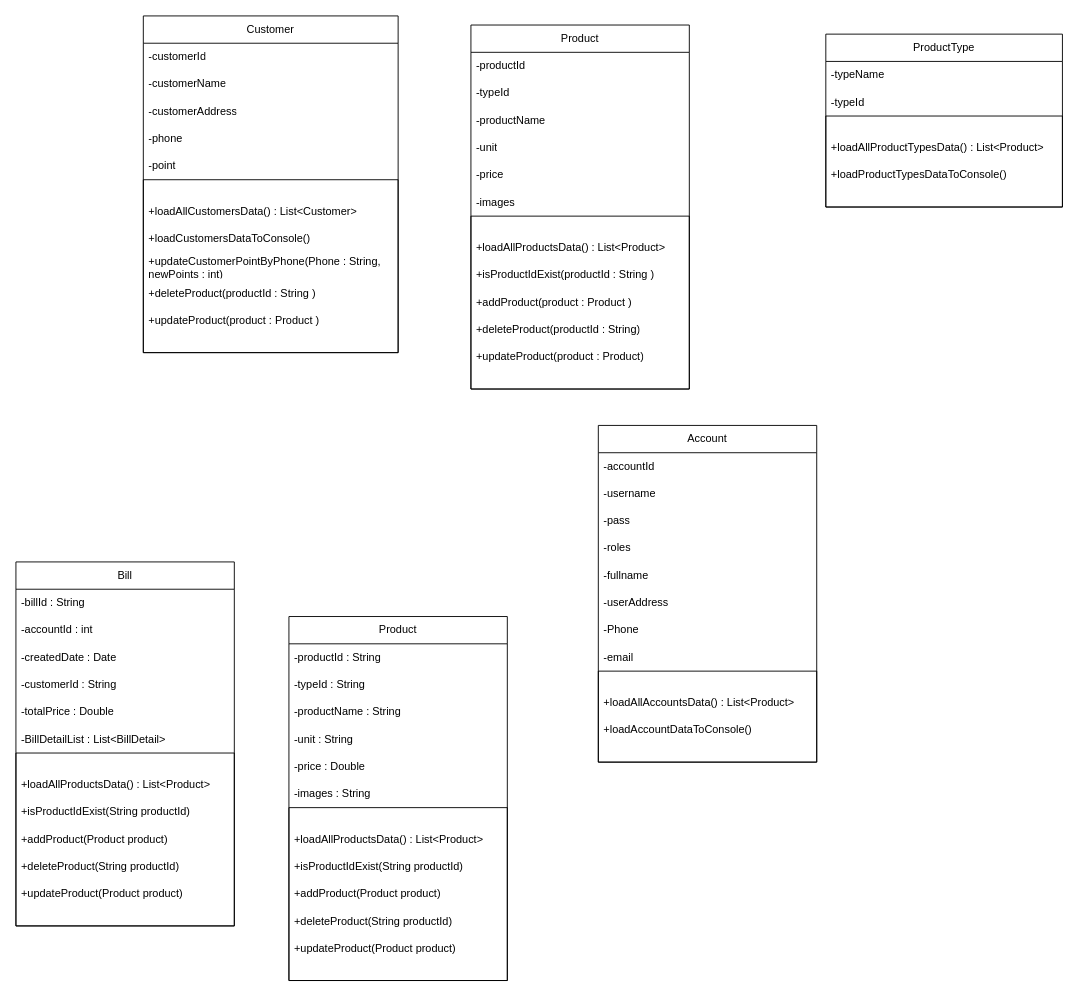
Earlier version of the draw.io diagram xử lí luồng.drawio (cuongtran-0900/GS1). Source tidied: cells renumbered, new cells numbered last; positions are measured from the earlier drawing's top-left corner, leaving out a move shared by most shapes. Both pictures are drawn from the tidied source at 91%, with x=0, y=0 at pixel (15, 15).
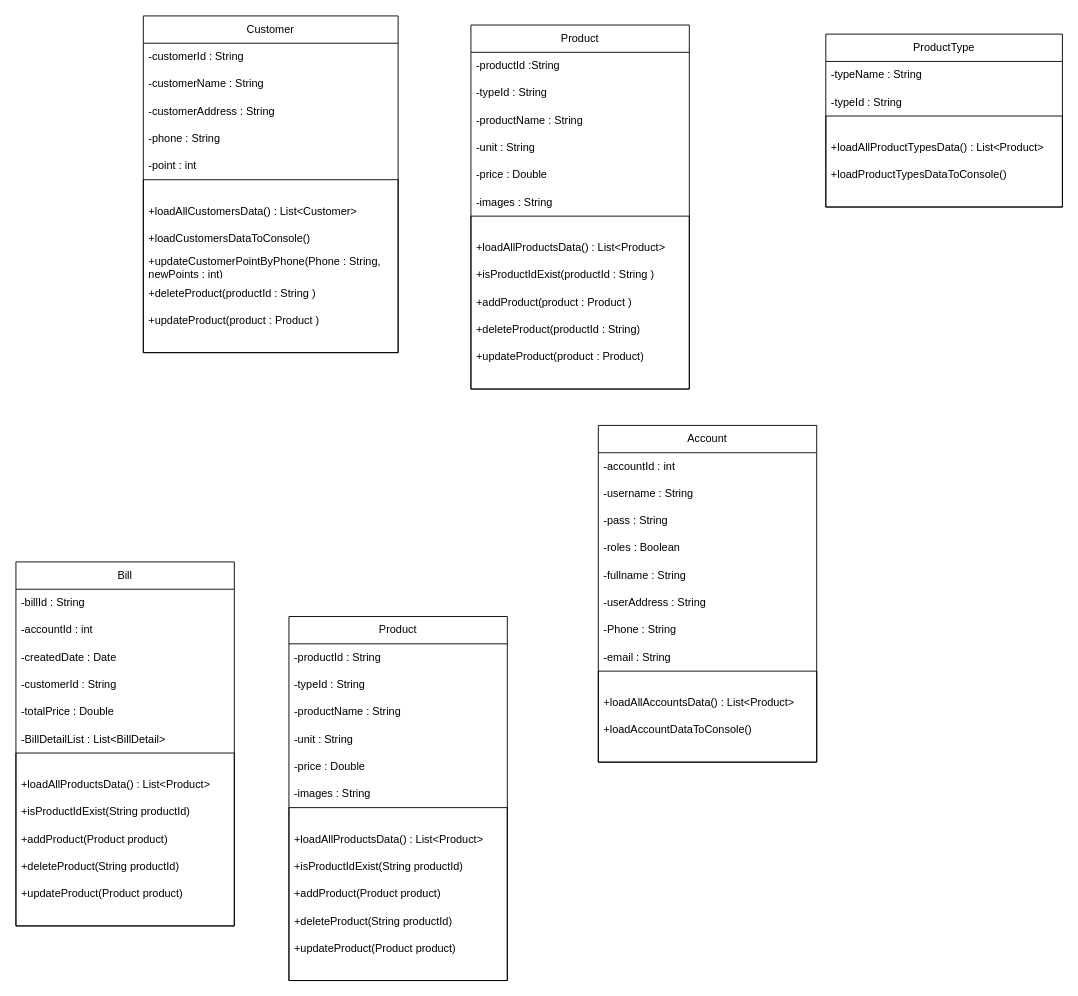
After the change.

The change refers to these unchanged cells:
```xml
<mxCell id="2" value="ProductType" style="swimlane;fontStyle=0;horizontal=1;startSize=30;whiteSpace=wrap;html=1;strokeColor=default;align=center;verticalAlign=middle;fontFamily=Helvetica;fontSize=12;fontColor=default;fillColor=default;" parent="1" vertex="1">
  <mxGeometry x="890" y="20" width="260" height="190" as="geometry" />
</mxCell>
<mxCell id="8" value="Account" style="swimlane;fontStyle=0;horizontal=1;startSize=30;whiteSpace=wrap;html=1;strokeColor=default;align=center;verticalAlign=middle;fontFamily=Helvetica;fontSize=12;fontColor=default;fillColor=default;" parent="1" vertex="1">
  <mxGeometry x="640" y="450" width="240" height="370" as="geometry" />
</mxCell>
<mxCell id="20" value="Customer" style="swimlane;fontStyle=0;horizontal=1;startSize=30;whiteSpace=wrap;html=1;strokeColor=default;align=center;verticalAlign=middle;fontFamily=Helvetica;fontSize=12;fontColor=default;fillColor=default;" parent="1" vertex="1">
  <mxGeometry x="140" width="280" height="370" as="geometry" />
</mxCell>
<mxCell id="32" value="Product" style="swimlane;fontStyle=0;horizontal=1;startSize=30;whiteSpace=wrap;html=1;strokeColor=default;align=center;verticalAlign=middle;fontFamily=Helvetica;fontSize=12;fontColor=default;fillColor=default;" parent="1" vertex="1">
  <mxGeometry x="500" y="10" width="240" height="400" as="geometry" />
</mxCell>
```

The edit, as a diff of the source:
```diff
@@
-    <mxCell id="3" value="-typeName" style="text;strokeColor=none;fillColor=none;align=left;verticalAlign=middle;spacingLeft=4;spacingRight=4;overflow=hidden;whiteSpace=wrap;html=1;fontFamily=Helvetica;fontSize=12;fontColor=default;fontStyle=0;" parent="2" vertex="1">
+    <mxCell id="3" value="-typeName : String" style="text;strokeColor=none;fillColor=none;align=left;verticalAlign=middle;spacingLeft=4;spacingRight=4;overflow=hidden;whiteSpace=wrap;html=1;fontFamily=Helvetica;fontSize=12;fontColor=default;fontStyle=0;" parent="2" vertex="1">
       <mxGeometry y="30" width="260" height="30" as="geometry" />
     </mxCell>
-    <mxCell id="4" value="-typeId" style="text;strokeColor=none;fillColor=none;align=left;verticalAlign=middle;spacingLeft=4;spacingRight=4;overflow=hidden;whiteSpace=wrap;html=1;fontFamily=Helvetica;fontSize=12;fontColor=default;fontStyle=0;" parent="2" vertex="1">
+    <mxCell id="4" value="-typeId :&amp;nbsp;String" style="text;strokeColor=none;fillColor=none;align=left;verticalAlign=middle;spacingLeft=4;spacingRight=4;overflow=hidden;whiteSpace=wrap;html=1;fontFamily=Helvetica;fontSize=12;fontColor=default;fontStyle=0;" parent="2" vertex="1">
       <mxGeometry y="60" width="260" height="30" as="geometry" />
     </mxCell>
@@
-    <mxCell id="9" value="-accountId" style="text;strokeColor=none;fillColor=none;align=left;verticalAlign=middle;spacingLeft=4;spacingRight=4;overflow=hidden;whiteSpace=wrap;html=1;fontFamily=Helvetica;fontSize=12;fontColor=default;fontStyle=0;" parent="8" vertex="1">
+    <mxCell id="9" value="-accountId : int" style="text;strokeColor=none;fillColor=none;align=left;verticalAlign=middle;spacingLeft=4;spacingRight=4;overflow=hidden;whiteSpace=wrap;html=1;fontFamily=Helvetica;fontSize=12;fontColor=default;fontStyle=0;" parent="8" vertex="1">
       <mxGeometry y="30" width="240" height="30" as="geometry" />
     </mxCell>
-    <mxCell id="10" value="-username" style="text;strokeColor=none;fillColor=none;align=left;verticalAlign=middle;spacingLeft=4;spacingRight=4;overflow=hidden;whiteSpace=wrap;html=1;fontFamily=Helvetica;fontSize=12;fontColor=default;fontStyle=0;" parent="8" vertex="1">
+    <mxCell id="10" value="-username :&amp;nbsp;String" style="text;strokeColor=none;fillColor=none;align=left;verticalAlign=middle;spacingLeft=4;spacingRight=4;overflow=hidden;whiteSpace=wrap;html=1;fontFamily=Helvetica;fontSize=12;fontColor=default;fontStyle=0;" parent="8" vertex="1">
       <mxGeometry y="60" width="240" height="30" as="geometry" />
     </mxCell>
-    <mxCell id="11" value="-pass" style="text;strokeColor=none;fillColor=none;align=left;verticalAlign=middle;spacingLeft=4;spacingRight=4;overflow=hidden;whiteSpace=wrap;html=1;fontFamily=Helvetica;fontSize=12;fontColor=default;fontStyle=0;" parent="8" vertex="1">
+    <mxCell id="11" value="-pass :&amp;nbsp;String" style="text;strokeColor=none;fillColor=none;align=left;verticalAlign=middle;spacingLeft=4;spacingRight=4;overflow=hidden;whiteSpace=wrap;html=1;fontFamily=Helvetica;fontSize=12;fontColor=default;fontStyle=0;" parent="8" vertex="1">
       <mxGeometry y="90" width="240" height="30" as="geometry" />
     </mxCell>
-    <mxCell id="12" value="-roles" style="text;strokeColor=none;fillColor=none;align=left;verticalAlign=middle;spacingLeft=4;spacingRight=4;overflow=hidden;whiteSpace=wrap;html=1;fontFamily=Helvetica;fontSize=12;fontColor=default;fontStyle=0;" parent="8" vertex="1">
+    <mxCell id="12" value="-roles : Boolean" style="text;strokeColor=none;fillColor=none;align=left;verticalAlign=middle;spacingLeft=4;spacingRight=4;overflow=hidden;whiteSpace=wrap;html=1;fontFamily=Helvetica;fontSize=12;fontColor=default;fontStyle=0;" parent="8" vertex="1">
       <mxGeometry y="120" width="240" height="30" as="geometry" />
     </mxCell>
-    <mxCell id="13" value="-fullname" style="text;strokeColor=none;fillColor=none;align=left;verticalAlign=middle;spacingLeft=4;spacingRight=4;overflow=hidden;whiteSpace=wrap;html=1;fontFamily=Helvetica;fontSize=12;fontColor=default;fontStyle=0;" parent="8" vertex="1">
+    <mxCell id="13" value="-fullname :&amp;nbsp;String" style="text;strokeColor=none;fillColor=none;align=left;verticalAlign=middle;spacingLeft=4;spacingRight=4;overflow=hidden;whiteSpace=wrap;html=1;fontFamily=Helvetica;fontSize=12;fontColor=default;fontStyle=0;" parent="8" vertex="1">
       <mxGeometry y="150" width="240" height="30" as="geometry" />
     </mxCell>
-    <mxCell id="14" value="-userAddress" style="text;strokeColor=none;fillColor=none;align=left;verticalAlign=middle;spacingLeft=4;spacingRight=4;overflow=hidden;whiteSpace=wrap;html=1;fontFamily=Helvetica;fontSize=12;fontColor=default;fontStyle=0;" parent="8" vertex="1">
+    <mxCell id="14" value="-userAddress : String" style="text;strokeColor=none;fillColor=none;align=left;verticalAlign=middle;spacingLeft=4;spacingRight=4;overflow=hidden;whiteSpace=wrap;html=1;fontFamily=Helvetica;fontSize=12;fontColor=default;fontStyle=0;" parent="8" vertex="1">
       <mxGeometry y="180" width="240" height="30" as="geometry" />
     </mxCell>
-    <mxCell id="15" value="-Phone" style="text;strokeColor=none;fillColor=none;align=left;verticalAlign=middle;spacingLeft=4;spacingRight=4;overflow=hidden;whiteSpace=wrap;html=1;fontFamily=Helvetica;fontSize=12;fontColor=default;fontStyle=0;" parent="8" vertex="1">
+    <mxCell id="15" value="-Phone :&amp;nbsp;String" style="text;strokeColor=none;fillColor=none;align=left;verticalAlign=middle;spacingLeft=4;spacingRight=4;overflow=hidden;whiteSpace=wrap;html=1;fontFamily=Helvetica;fontSize=12;fontColor=default;fontStyle=0;" parent="8" vertex="1">
       <mxGeometry y="210" width="240" height="30" as="geometry" />
     </mxCell>
-    <mxCell id="16" value="-email" style="text;strokeColor=none;fillColor=none;align=left;verticalAlign=middle;spacingLeft=4;spacingRight=4;overflow=hidden;whiteSpace=wrap;html=1;fontFamily=Helvetica;fontSize=12;fontColor=default;fontStyle=0;" parent="8" vertex="1">
+    <mxCell id="16" value="-email :&amp;nbsp;String" style="text;strokeColor=none;fillColor=none;align=left;verticalAlign=middle;spacingLeft=4;spacingRight=4;overflow=hidden;whiteSpace=wrap;html=1;fontFamily=Helvetica;fontSize=12;fontColor=default;fontStyle=0;" parent="8" vertex="1">
       <mxGeometry y="240" width="240" height="30" as="geometry" />
     </mxCell>
@@
-    <mxCell id="21" value="-customerId" style="text;strokeColor=none;fillColor=none;align=left;verticalAlign=middle;spacingLeft=4;spacingRight=4;overflow=hidden;whiteSpace=wrap;html=1;fontFamily=Helvetica;fontSize=12;fontColor=default;fontStyle=0;" parent="20" vertex="1">
+    <mxCell id="21" value="-customerId :&amp;nbsp;String" style="text;strokeColor=none;fillColor=none;align=left;verticalAlign=middle;spacingLeft=4;spacingRight=4;overflow=hidden;whiteSpace=wrap;html=1;fontFamily=Helvetica;fontSize=12;fontColor=default;fontStyle=0;" parent="20" vertex="1">
       <mxGeometry y="30" width="280" height="30" as="geometry" />
     </mxCell>
-    <mxCell id="22" value="-customerName" style="text;strokeColor=none;fillColor=none;align=left;verticalAlign=middle;spacingLeft=4;spacingRight=4;overflow=hidden;whiteSpace=wrap;html=1;fontFamily=Helvetica;fontSize=12;fontColor=default;fontStyle=0;" parent="20" vertex="1">
+    <mxCell id="22" value="-customerName :&amp;nbsp;String" style="text;strokeColor=none;fillColor=none;align=left;verticalAlign=middle;spacingLeft=4;spacingRight=4;overflow=hidden;whiteSpace=wrap;html=1;fontFamily=Helvetica;fontSize=12;fontColor=default;fontStyle=0;" parent="20" vertex="1">
       <mxGeometry y="60" width="280" height="30" as="geometry" />
     </mxCell>
-    <mxCell id="23" value="-customerAddress" style="text;strokeColor=none;fillColor=none;align=left;verticalAlign=middle;spacingLeft=4;spacingRight=4;overflow=hidden;whiteSpace=wrap;html=1;fontFamily=Helvetica;fontSize=12;fontColor=default;fontStyle=0;" parent="20" vertex="1">
+    <mxCell id="23" value="-customerAddress :&amp;nbsp;String" style="text;strokeColor=none;fillColor=none;align=left;verticalAlign=middle;spacingLeft=4;spacingRight=4;overflow=hidden;whiteSpace=wrap;html=1;fontFamily=Helvetica;fontSize=12;fontColor=default;fontStyle=0;" parent="20" vertex="1">
       <mxGeometry y="90" width="280" height="30" as="geometry" />
     </mxCell>
-    <mxCell id="24" value="-phone" style="text;strokeColor=none;fillColor=none;align=left;verticalAlign=middle;spacingLeft=4;spacingRight=4;overflow=hidden;whiteSpace=wrap;html=1;fontFamily=Helvetica;fontSize=12;fontColor=default;fontStyle=0;" parent="20" vertex="1">
+    <mxCell id="24" value="-phone :&amp;nbsp;String" style="text;strokeColor=none;fillColor=none;align=left;verticalAlign=middle;spacingLeft=4;spacingRight=4;overflow=hidden;whiteSpace=wrap;html=1;fontFamily=Helvetica;fontSize=12;fontColor=default;fontStyle=0;" parent="20" vertex="1">
       <mxGeometry y="120" width="280" height="30" as="geometry" />
     </mxCell>
-    <mxCell id="25" value="-point" style="text;strokeColor=none;fillColor=none;align=left;verticalAlign=middle;spacingLeft=4;spacingRight=4;overflow=hidden;whiteSpace=wrap;html=1;fontFamily=Helvetica;fontSize=12;fontColor=default;fontStyle=0;" parent="20" vertex="1">
+    <mxCell id="25" value="-point : int" style="text;strokeColor=none;fillColor=none;align=left;verticalAlign=middle;spacingLeft=4;spacingRight=4;overflow=hidden;whiteSpace=wrap;html=1;fontFamily=Helvetica;fontSize=12;fontColor=default;fontStyle=0;" parent="20" vertex="1">
       <mxGeometry y="150" width="280" height="30" as="geometry" />
     </mxCell>
@@
-    <mxCell id="33" value="-productId" style="text;strokeColor=none;fillColor=none;align=left;verticalAlign=middle;spacingLeft=4;spacingRight=4;overflow=hidden;whiteSpace=wrap;html=1;fontFamily=Helvetica;fontSize=12;fontColor=default;fontStyle=0;" parent="32" vertex="1">
+    <mxCell id="33" value="-productId :String" style="text;strokeColor=none;fillColor=none;align=left;verticalAlign=middle;spacingLeft=4;spacingRight=4;overflow=hidden;whiteSpace=wrap;html=1;fontFamily=Helvetica;fontSize=12;fontColor=default;fontStyle=0;" parent="32" vertex="1">
       <mxGeometry y="30" width="240" height="30" as="geometry" />
     </mxCell>
-    <mxCell id="34" value="-typeId" style="text;strokeColor=none;fillColor=none;align=left;verticalAlign=middle;spacingLeft=4;spacingRight=4;overflow=hidden;whiteSpace=wrap;html=1;fontFamily=Helvetica;fontSize=12;fontColor=default;fontStyle=0;" parent="32" vertex="1">
+    <mxCell id="34" value="-typeId :&amp;nbsp;String" style="text;strokeColor=none;fillColor=none;align=left;verticalAlign=middle;spacingLeft=4;spacingRight=4;overflow=hidden;whiteSpace=wrap;html=1;fontFamily=Helvetica;fontSize=12;fontColor=default;fontStyle=0;" parent="32" vertex="1">
       <mxGeometry y="60" width="240" height="30" as="geometry" />
     </mxCell>
-    <mxCell id="35" value="-productName" style="text;strokeColor=none;fillColor=none;align=left;verticalAlign=middle;spacingLeft=4;spacingRight=4;overflow=hidden;whiteSpace=wrap;html=1;fontFamily=Helvetica;fontSize=12;fontColor=default;fontStyle=0;" parent="32" vertex="1">
+    <mxCell id="35" value="-productName :&amp;nbsp;String" style="text;strokeColor=none;fillColor=none;align=left;verticalAlign=middle;spacingLeft=4;spacingRight=4;overflow=hidden;whiteSpace=wrap;html=1;fontFamily=Helvetica;fontSize=12;fontColor=default;fontStyle=0;" parent="32" vertex="1">
       <mxGeometry y="90" width="240" height="30" as="geometry" />
     </mxCell>
-    <mxCell id="36" value="-unit" style="text;strokeColor=none;fillColor=none;align=left;verticalAlign=middle;spacingLeft=4;spacingRight=4;overflow=hidden;whiteSpace=wrap;html=1;fontFamily=Helvetica;fontSize=12;fontColor=default;fontStyle=0;" parent="32" vertex="1">
+    <mxCell id="36" value="-unit :&amp;nbsp;String" style="text;strokeColor=none;fillColor=none;align=left;verticalAlign=middle;spacingLeft=4;spacingRight=4;overflow=hidden;whiteSpace=wrap;html=1;fontFamily=Helvetica;fontSize=12;fontColor=default;fontStyle=0;" parent="32" vertex="1">
       <mxGeometry y="120" width="240" height="30" as="geometry" />
     </mxCell>
-    <mxCell id="37" value="-price" style="text;strokeColor=none;fillColor=none;align=left;verticalAlign=middle;spacingLeft=4;spacingRight=4;overflow=hidden;whiteSpace=wrap;html=1;fontFamily=Helvetica;fontSize=12;fontColor=default;fontStyle=0;" parent="32" vertex="1">
+    <mxCell id="37" value="-price : Double" style="text;strokeColor=none;fillColor=none;align=left;verticalAlign=middle;spacingLeft=4;spacingRight=4;overflow=hidden;whiteSpace=wrap;html=1;fontFamily=Helvetica;fontSize=12;fontColor=default;fontStyle=0;" parent="32" vertex="1">
       <mxGeometry y="150" width="240" height="30" as="geometry" />
     </mxCell>
-    <mxCell id="38" value="-images" style="text;strokeColor=none;fillColor=none;align=left;verticalAlign=middle;spacingLeft=4;spacingRight=4;overflow=hidden;whiteSpace=wrap;html=1;fontFamily=Helvetica;fontSize=12;fontColor=default;fontStyle=0;" parent="32" vertex="1">
+    <mxCell id="38" value="-images :&amp;nbsp;String" style="text;strokeColor=none;fillColor=none;align=left;verticalAlign=middle;spacingLeft=4;spacingRight=4;overflow=hidden;whiteSpace=wrap;html=1;fontFamily=Helvetica;fontSize=12;fontColor=default;fontStyle=0;" parent="32" vertex="1">
       <mxGeometry y="180" width="240" height="30" as="geometry" />
     </mxCell>
```
